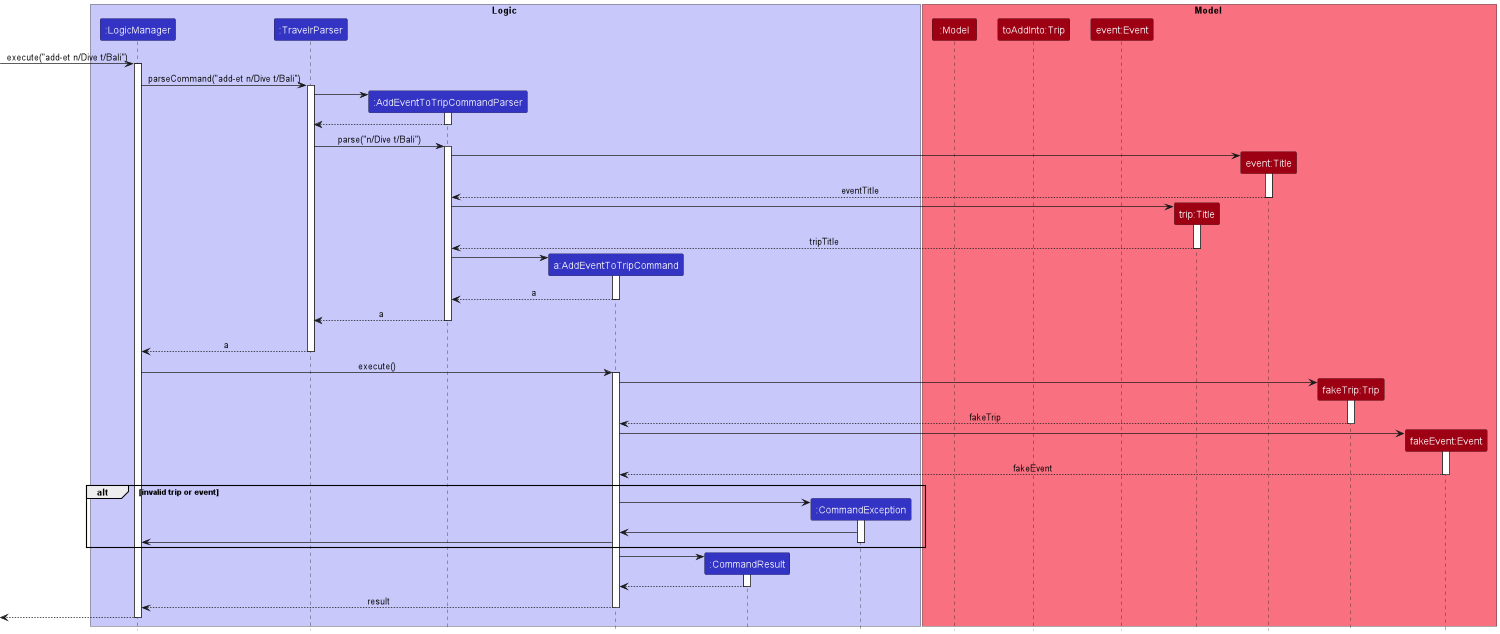
The PlantUML diagram docs/images/AddEventToTripSequenceDiagram.png in nus-cs2103-AY2223S1/tp, before a commit. Its diagram source:
```plantuml
@startuml
!include style.puml

box Logic LOGIC_COLOR_T1
participant ":LogicManager" as LogicManager LOGIC_COLOR
participant ":TravelrParser" as TravelrParser LOGIC_COLOR
participant ":AddEventToTripCommandParser" as AddEventToTripCommandParser LOGIC_COLOR
participant "a:AddEventToTripCommand" as AddEventToTripCommand LOGIC_COLOR
participant ":CommandResult" as CommandResult LOGIC_COLOR
participant ":CommandException" as CommandException LOGIC_COLOR
end box

box Model MODEL_COLOR_T1
participant ":Model" as Model MODEL_COLOR
participant "toAddInto:Trip" as trip MODEL_COLOR
participant "event:Event" as event MODEL_COLOR
participant "trip:Title" as tTitle MODEL_COLOR
participant "event:Title" as eTitle MODEL_COLOR
participant "fakeTrip:Trip" as Trip MODEL_COLOR
participant "fakeEvent:Event" as Event MODEL_COLOR
end box

[-> LogicManager : execute("add-et n/Dive t/Bali")
activate LogicManager

LogicManager -> TravelrParser : parseCommand("add-et n/Dive t/Bali")
activate TravelrParser

create AddEventToTripCommandParser
TravelrParser -> AddEventToTripCommandParser
activate AddEventToTripCommandParser

AddEventToTripCommandParser --> TravelrParser
deactivate AddEventToTripCommandParser

TravelrParser -> AddEventToTripCommandParser : parse("n/Dive t/Bali")
activate AddEventToTripCommandParser

create "eTitle"
AddEventToTripCommandParser -> "eTitle"
activate "eTitle"

"eTitle" --> AddEventToTripCommandParser : eventTitle
deactivate "eTitle"

create "tTitle"
AddEventToTripCommandParser -> "tTitle"
activate "tTitle"

"tTitle" --> AddEventToTripCommandParser : tripTitle
deactivate "tTitle"

create AddEventToTripCommand
AddEventToTripCommandParser -> AddEventToTripCommand
activate AddEventToTripCommand

AddEventToTripCommand --> AddEventToTripCommandParser : a
deactivate AddEventToTripCommand

AddEventToTripCommandParser --> TravelrParser : a
deactivate AddEventToTripCommandParser
AddEventToTripCommandParser -[hidden]-> TravelrParser

TravelrParser --> LogicManager : a
deactivate TravelrParser

LogicManager -> AddEventToTripCommand : execute()
activate AddEventToTripCommand

create Trip
AddEventToTripCommand -> Trip
activate Trip

Trip --> AddEventToTripCommand : fakeTrip
deactivate Trip

create Event
AddEventToTripCommand -> Event
activate Event

Event --> AddEventToTripCommand : fakeEvent
deactivate Event

alt invalid trip or event

create CommandException
AddEventToTripCommand -> CommandException

activate CommandException
CommandException -> AddEventToTripCommand
AddEventToTripCommand -> LogicManager
deactivate CommandException

end
create AddEventToTripCommand
create CommandResult
AddEventToTripCommand -> CommandResult
activate CommandResult

CommandResult --> AddEventToTripCommand
deactivate CommandResult

AddEventToTripCommand --> LogicManager : result
deactivate AddEventToTripCommand

[<--LogicManager
deactivate LogicManager
@enduml
```
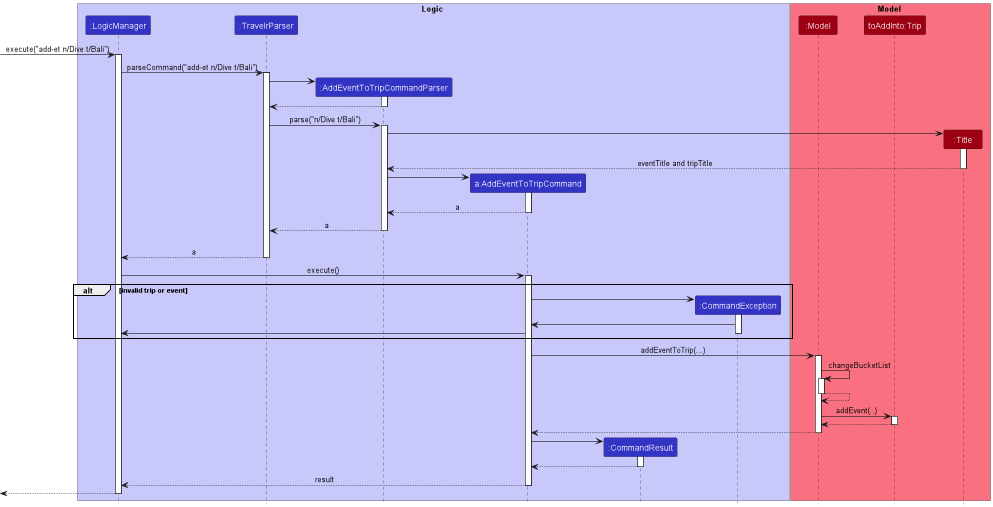
The same diagram one commit later.

Commit message:
Modify UML diagram

What changed in the source:
```diff
@@ -13,11 +13,7 @@
 box Model MODEL_COLOR_T1
 participant ":Model" as Model MODEL_COLOR
 participant "toAddInto:Trip" as trip MODEL_COLOR
-participant "event:Event" as event MODEL_COLOR
-participant "trip:Title" as tTitle MODEL_COLOR
-participant "event:Title" as eTitle MODEL_COLOR
-participant "fakeTrip:Trip" as Trip MODEL_COLOR
-participant "fakeEvent:Event" as Event MODEL_COLOR
+participant ":Title" as eTitle MODEL_COLOR
 end box
 
 [-> LogicManager : execute("add-et n/Dive t/Bali")
@@ -40,15 +36,8 @@
 AddEventToTripCommandParser -> "eTitle"
 activate "eTitle"
 
-"eTitle" --> AddEventToTripCommandParser : eventTitle
+"eTitle" --> AddEventToTripCommandParser : eventTitle and tripTitle
 deactivate "eTitle"
-
-create "tTitle"
-AddEventToTripCommandParser -> "tTitle"
-activate "tTitle"
-
-"tTitle" --> AddEventToTripCommandParser : tripTitle
-deactivate "tTitle"
 
 create AddEventToTripCommand
 AddEventToTripCommandParser -> AddEventToTripCommand
@@ -67,20 +56,6 @@
 LogicManager -> AddEventToTripCommand : execute()
 activate AddEventToTripCommand
 
-create Trip
-AddEventToTripCommand -> Trip
-activate Trip
-
-Trip --> AddEventToTripCommand : fakeTrip
-deactivate Trip
-
-create Event
-AddEventToTripCommand -> Event
-activate Event
-
-Event --> AddEventToTripCommand : fakeEvent
-deactivate Event
-
 alt invalid trip or event
 
 create CommandException
@@ -92,7 +67,26 @@
 deactivate CommandException
 
 end
-create AddEventToTripCommand
+
+
+AddEventToTripCommand -> Model : addEventToTrip(...)
+activate Model
+
+Model -> Model : changeBucketList
+activate Model
+Model --> Model
+deactivate Model
+
+Model -> trip : addEvent(..)
+activate trip
+
+trip --> Model
+deactivate trip
+
+Model --> AddEventToTripCommand :
+deactivate Model
+
+
 create CommandResult
 AddEventToTripCommand -> CommandResult
 activate CommandResult
```
